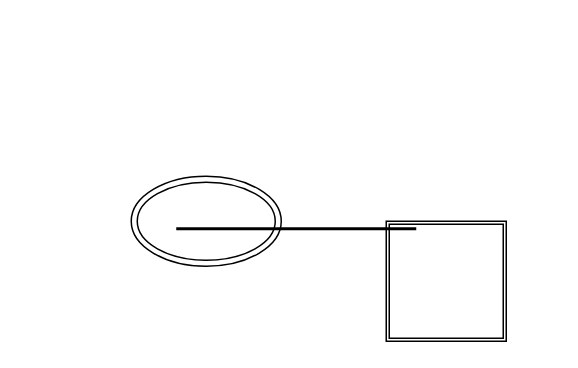
The draw.io diagram src/SnakeLadder/Untitled.drawio in remanx2558/LearningJavaBasics, before the edit. Source tidied: cells renumbered, new cells numbered last; positions are measured from the earlier drawing's top-left corner, leaving out a move shared by most shapes. Both pictures are drawn from the tidied source at 150%, with x=0, y=0 at pixel (130, 176).
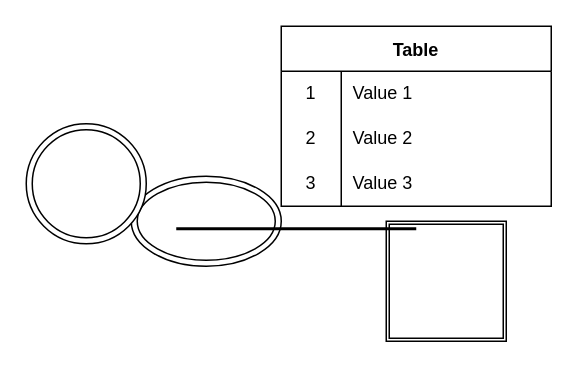
The same diagram, later.

The edit, as a diff of the source:
```diff
@@
 <mxGraphModel>
   <root>
     <mxCell id="0" />
     <mxCell id="1" parent="0" />
     <mxCell id="2" style="shape=ext;double=1;whiteSpace=wrap;html=1;" parent="1" vertex="1">
       <mxGeometry x="170" y="30" width="80" height="80" as="geometry" />
     </mxCell>
     <mxCell id="3" style="ellipse;shape=doubleEllipse;whiteSpace=wrap;html=1;" parent="1" vertex="1">
       <mxGeometry width="100" height="60" as="geometry" />
     </mxCell>
     <mxCell id="4" style="line;strokeWidth=2;html=1;" parent="1" vertex="1">
       <mxGeometry x="30" y="30" width="160" height="10" as="geometry" />
     </mxCell>
+    <mxCell id="5" value="Table" style="shape=table;startSize=30;childLayout=tableLayout;rowLines=0;fontStyle=1;" parent="1" vertex="1">
+      <mxGeometry x="100" y="-100" width="180" height="120" as="geometry" />
+    </mxCell>
+    <mxCell id="6" style="shape=tableRow;horizontal=0;startSize=0;swimlaneHead=0;swimlaneBody=0;top=0;left=0;bottom=0;right=0;fillColor=none;" parent="5" vertex="1">
+      <mxGeometry y="30" width="180" height="30" as="geometry" />
+    </mxCell>
+    <mxCell id="7" value="1" style="shape=partialRectangle;html=1;whiteSpace=wrap;fillColor=none;top=0;left=0;bottom=0;right=0;overflow=hidden;" parent="6" vertex="1">
+      <mxGeometry width="40" height="30" as="geometry" />
+    </mxCell>
+    <mxCell id="8" value="Value 1" style="shape=partialRectangle;html=1;whiteSpace=wrap;fillColor=none;top=0;left=0;bottom=0;right=0;align=left;spacingLeft=6;overflow=hidden;" parent="6" vertex="1">
+      <mxGeometry x="40" width="140" height="30" as="geometry" />
+    </mxCell>
+    <mxCell id="9" style="shape=tableRow;horizontal=0;startSize=0;swimlaneHead=0;swimlaneBody=0;top=0;left=0;bottom=0;right=0;fillColor=none;" parent="5" vertex="1">
+      <mxGeometry y="60" width="180" height="30" as="geometry" />
+    </mxCell>
+    <mxCell id="10" value="2" style="shape=partialRectangle;html=1;whiteSpace=wrap;fillColor=none;top=0;left=0;bottom=0;right=0;overflow=hidden;" parent="9" vertex="1">
+      <mxGeometry width="40" height="30" as="geometry" />
+    </mxCell>
+    <mxCell id="11" value="Value 2" style="shape=partialRectangle;html=1;whiteSpace=wrap;fillColor=none;top=0;left=0;bottom=0;right=0;align=left;spacingLeft=6;overflow=hidden;" parent="9" vertex="1">
+      <mxGeometry x="40" width="140" height="30" as="geometry" />
+    </mxCell>
+    <mxCell id="12" style="shape=tableRow;horizontal=0;startSize=0;swimlaneHead=0;swimlaneBody=0;top=0;left=0;bottom=0;right=0;fillColor=none;" parent="5" vertex="1">
+      <mxGeometry y="90" width="180" height="30" as="geometry" />
+    </mxCell>
+    <mxCell id="13" value="3" style="shape=partialRectangle;html=1;whiteSpace=wrap;fillColor=none;top=0;left=0;bottom=0;right=0;overflow=hidden;" parent="12" vertex="1">
+      <mxGeometry width="40" height="30" as="geometry" />
+    </mxCell>
+    <mxCell id="14" value="Value 3" style="shape=partialRectangle;html=1;whiteSpace=wrap;fillColor=none;top=0;left=0;bottom=0;right=0;align=left;spacingLeft=6;overflow=hidden;" parent="12" vertex="1">
+      <mxGeometry x="40" width="140" height="30" as="geometry" />
+    </mxCell>
+    <mxCell id="15" style="ellipse;shape=doubleEllipse;whiteSpace=wrap;html=1;" parent="1" vertex="1">
+      <mxGeometry x="-70" y="-35" width="80" height="80" as="geometry" />
+    </mxCell>
   </root>
 </mxGraphModel>
```
